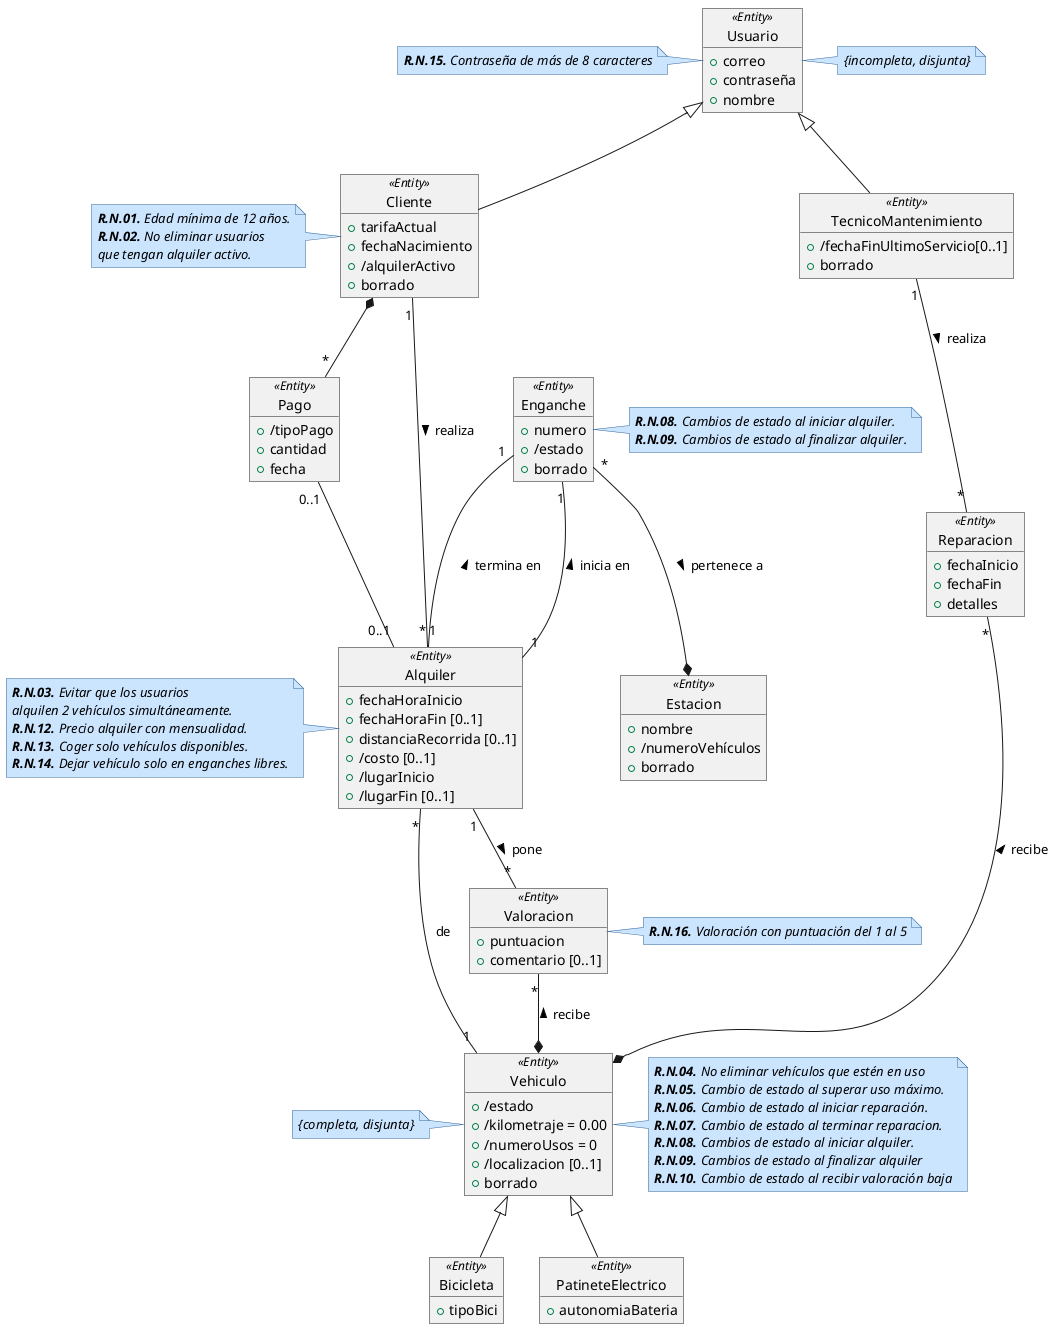
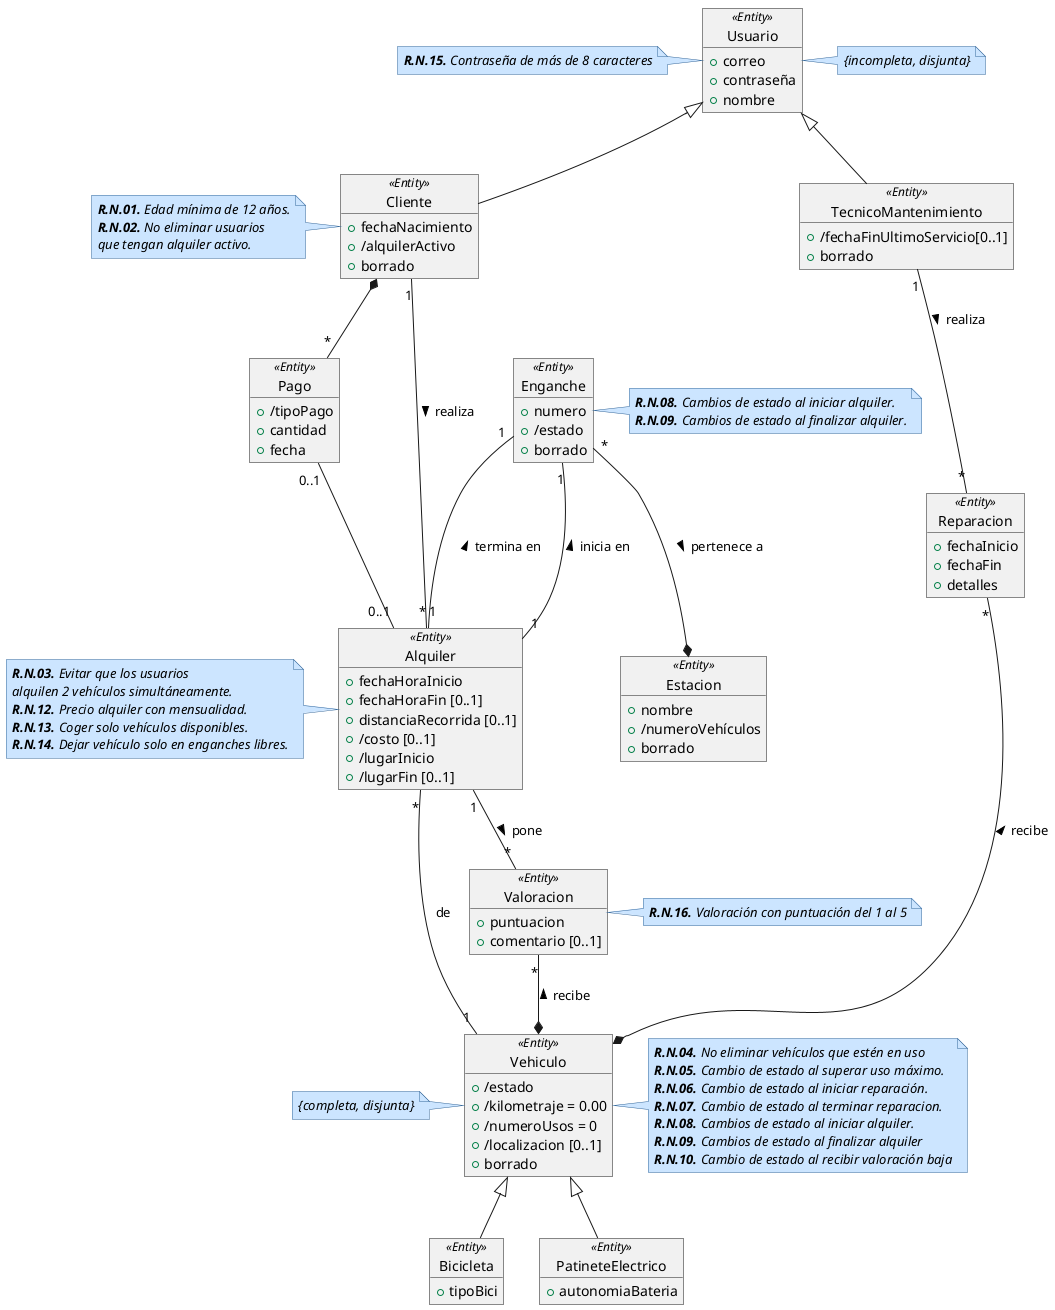
@startuml DiagramaClases

skinparam note {
  BackgroundColor #cce5ff
  BorderColor #336699
  FontStyle italic
}

object Usuario<<Entity>> {
    +correo
    +contraseña
    +nombre
}
note right: {incompleta, disjunta}
note left of Usuario
'''
**R.N.15.** Contraseña de más de 8 caracteres
'''
end note


object Cliente<<Entity>> {
-     +tarifaActual
    +fechaNacimiento
    +/alquilerActivo
    +borrado
}
note left
'''
**R.N.01.** Edad mínima de 12 años.
**R.N.02.** No eliminar usuarios
que tengan alquiler activo.
'''
end note

object Pago<<Entity>> {
    +/tipoPago
    +cantidad
    +fecha
}
'Tipo pago puede ser o mensual o individual


object TecnicoMantenimiento<<Entity>> {
    +/fechaFinUltimoServicio[0..1]
    +borrado
}

object Reparacion<<Entity>> {
    +fechaInicio
    +fechaFin
    +detalles
}

object Valoracion<<Entity>> {
    +puntuacion
    +comentario [0..1]
}
note right
'''
**R.N.16.** Valoración con puntuación del 1 al 5
'''
end note

/'
La distancia recorrida la cuenta el vehículo con un
medidor incorporado y solo se registra cuando termina el recorrido.
Por eso mismo no es derivada de lugar inicio o fin, porque si no si acabas
en el mismo sitio la distancia recorrida sería 0.
'/
object Alquiler<<Entity>> {
    +fechaHoraInicio
    +fechaHoraFin [0..1]
    +distanciaRecorrida [0..1]
    +/costo [0..1]
    +/lugarInicio
    +/lugarFin [0..1]
}
note left
'''
**R.N.03.** Evitar que los usuarios
alquilen 2 vehículos simultáneamente.
**R.N.12.** Precio alquiler con mensualidad.
**R.N.13.** Coger solo vehículos disponibles.
**R.N.14.** Dejar vehículo solo en enganches libres.
'''
end note

/'
La localización del vehículo se muestra cuando se guarda el vehículo.
No se guarda localización por GPS.
'/
object Vehiculo<<Entity>> {
    +/estado
    +/kilometraje = 0.00
    +/numeroUsos = 0
    +/localizacion [0..1]
    +borrado
}
note right
'''
**R.N.04.** No eliminar vehículos que estén en uso
**R.N.05.** Cambio de estado al superar uso máximo.
**R.N.06.** Cambio de estado al iniciar reparación.
**R.N.07.** Cambio de estado al terminar reparacion.
**R.N.08.** Cambios de estado al iniciar alquiler.
**R.N.09.** Cambios de estado al finalizar alquiler
**R.N.10.** Cambio de estado al recibir valoración baja
'''
end note
note left of Vehiculo: {completa, disjunta}

object Estacion<<Entity>> {
    +nombre
    +/numeroVehículos
    +borrado
}

object Enganche<<Entity>> {
    +numero
    +/estado
    +borrado
}
note right
'''
 **R.N.08.** Cambios de estado al iniciar alquiler.
 **R.N.09.** Cambios de estado al finalizar alquiler.
'''
end note

object Bicicleta<<Entity>> {
    +tipoBici
}

object PatineteElectrico<<Entity>> {
    +autonomiaBateria
}

Usuario <|-- Cliente
Usuario <|-- TecnicoMantenimiento

Enganche "*"--* Estacion : pertenece a >

'Relación directa valoraciones'
Alquiler "1"--"*" Valoracion : pone >
Valoracion "*"--* Vehiculo : recibe <

TecnicoMantenimiento "1"--"*" Reparacion : realiza >
Reparacion "*"--* Vehiculo : recibe <

Enganche "1" --"1" Alquiler: inicia en <
Enganche "1" --"1" Alquiler: termina en <

'Relacion de Alquileres'
Cliente "1"--"*"  Alquiler: realiza >

Alquiler "*"--"1" Vehiculo: de

'Relacion Pago'
Cliente *--"*" Pago
Pago "0..1"--"0..1" Alquiler

Vehiculo <|-- Bicicleta
Vehiculo <|-- PatineteElectrico


@enduml